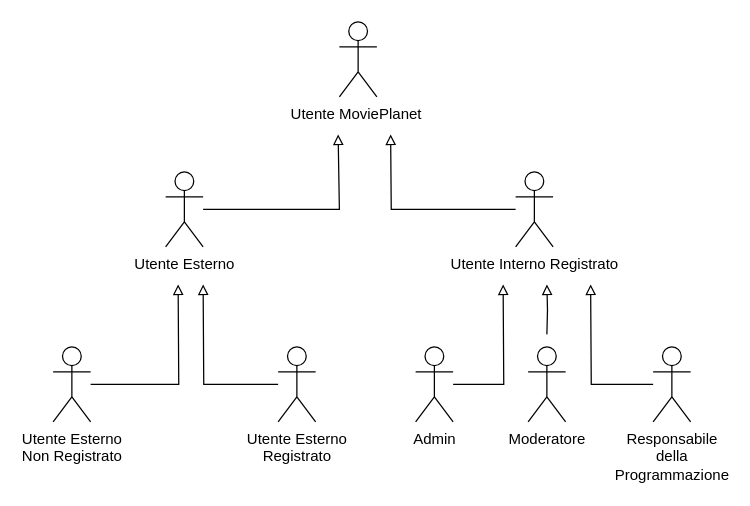
Before: users.drawio in michelafarruggia/SEBD, a draw.io diagram. Source tidied: cells renumbered, new cells numbered last; positions are measured from the earlier drawing's top-left corner, leaving out a move shared by most shapes. Both pictures are drawn from the tidied source at 125%, with x=0, y=0 at pixel (52, 21).
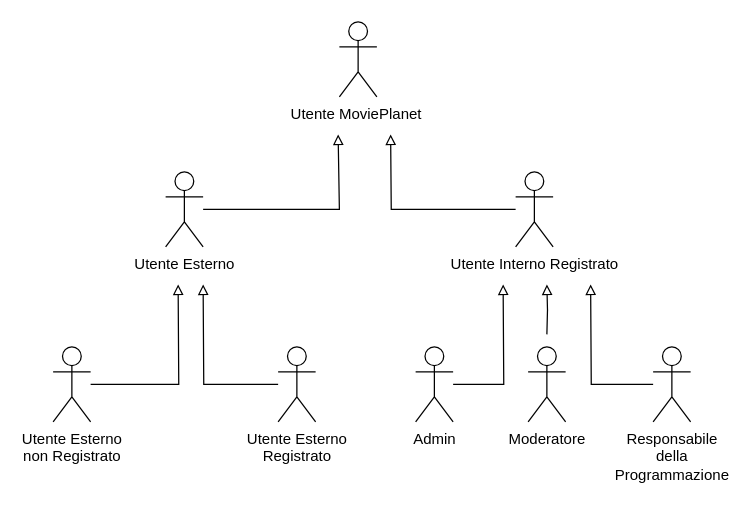
The same diagram, later.

The edit, as a diff of the source:
```diff
@@
-    <mxCell id="8" value="Utente Esterno&lt;br&gt;Non Registrato" style="shape=umlActor;verticalLabelPosition=bottom;verticalAlign=top;html=1;outlineConnect=0;" parent="1" vertex="1">
+    <mxCell id="8" value="Utente Esterno&lt;br&gt;non Registrato" style="shape=umlActor;verticalLabelPosition=bottom;verticalAlign=top;html=1;outlineConnect=0;" parent="1" vertex="1">
       <mxGeometry y="260" width="30" height="60" as="geometry" />
     </mxCell>
```
